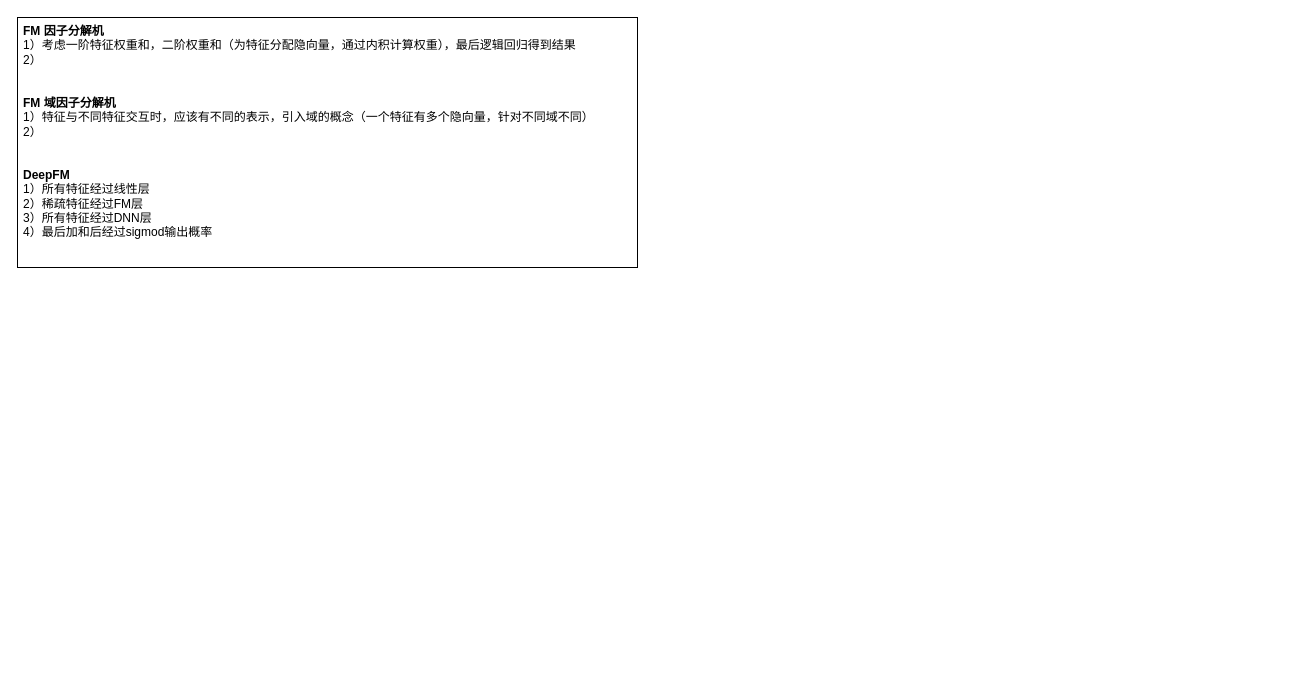
Before: RecModel.drawio in limpid-11/drawio, a draw.io diagram. Source tidied: cells renumbered, new cells numbered last; positions are measured from the earlier drawing's top-left corner, leaving out a move shared by most shapes. Both pictures are drawn from the tidied source at 100%, with x=0, y=0 at pixel (17, 17).
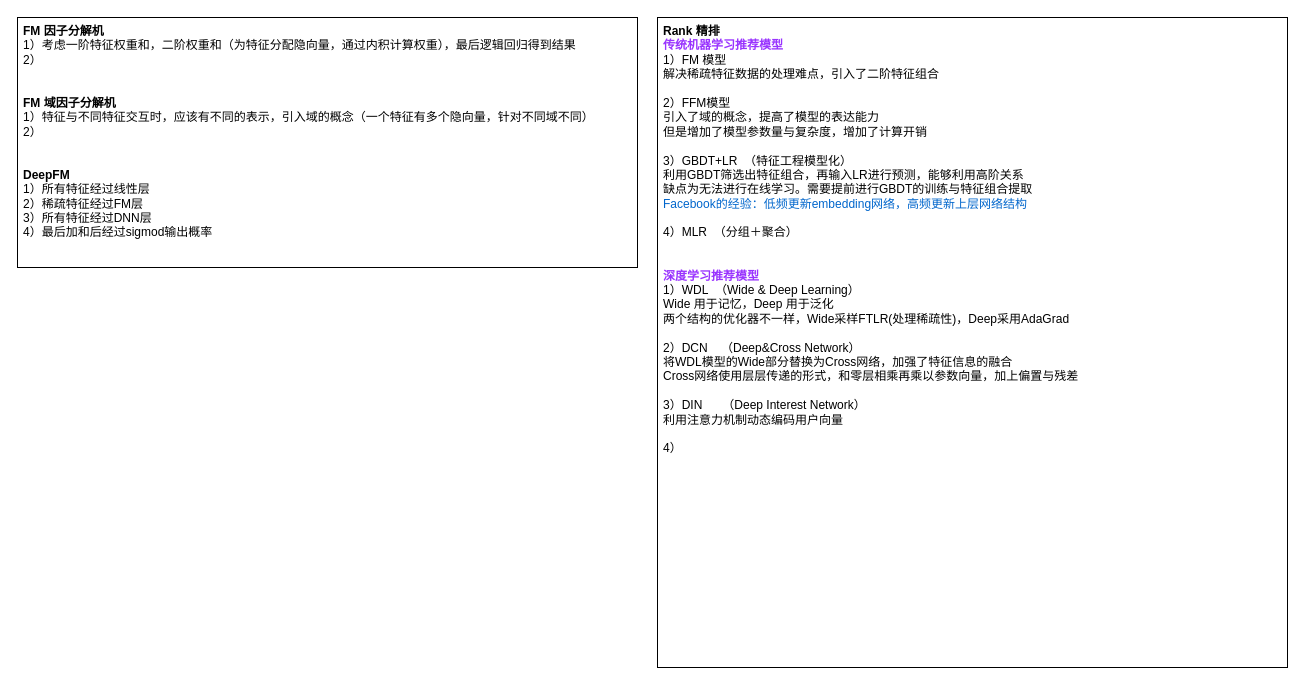
Above is the later version.

Diff of the diagram source:
```diff
@@
 <mxGraphModel>
   <root>
     <mxCell id="0" />
     <mxCell id="1" parent="0" />
     <mxCell id="2" value="&lt;b&gt;FM 因子分解机&lt;/b&gt;&lt;br&gt;&lt;div&gt;1）考虑一阶特征权重和，二阶权重和（为特征分配隐向量，通过内积计算权重），最后逻辑回归得到结果&lt;/div&gt;&lt;div&gt;2）&lt;/div&gt;&lt;div&gt;&lt;br&gt;&lt;/div&gt;&lt;div&gt;&lt;br&gt;&lt;/div&gt;&lt;div&gt;&lt;b&gt;FM 域因子分解机&lt;/b&gt;&lt;br&gt;&lt;/div&gt;&lt;div&gt;1）特征与不同特征交互时，应该有不同的表示，引入域的概念（一个特征有多个隐向量，针对不同域不同）&lt;b&gt;&lt;br&gt;&lt;/b&gt;&lt;/div&gt;&lt;div&gt;2）&lt;/div&gt;&lt;div&gt;&lt;br&gt;&lt;/div&gt;&lt;div&gt;&lt;br&gt;&lt;/div&gt;&lt;div&gt;&lt;b&gt;DeepFM&amp;nbsp;&lt;/b&gt;&lt;br&gt;&lt;/div&gt;&lt;div&gt;1）所有特征经过线性层&lt;b&gt;&lt;br&gt;&lt;/b&gt;&lt;/div&gt;&lt;div&gt;2）稀疏特征经过FM层&lt;/div&gt;&lt;div&gt;3）所有特征经过DNN层&lt;/div&gt;&lt;div&gt;4）最后加和后经过sigmod输出概率&lt;/div&gt;" style="rounded=0;whiteSpace=wrap;html=1;align=left;verticalAlign=top;spacingLeft=4;" parent="1" vertex="1">
       <mxGeometry width="620" height="250" as="geometry" />
     </mxCell>
+    <mxCell id="3" value="&lt;b&gt;Rank 精排&lt;/b&gt;&lt;div&gt;&lt;b&gt;&lt;font color=&quot;#9933ff&quot;&gt;传统机器学习推荐模型&lt;/font&gt;&lt;br&gt;&lt;/b&gt;&lt;div&gt;1）FM 模型&lt;/div&gt;&lt;div&gt;解决稀疏特征数据的处理难点，引入了二阶特征组合&lt;/div&gt;&lt;div&gt;&lt;br&gt;&lt;/div&gt;&lt;div&gt;2）FFM模型&lt;/div&gt;&lt;div&gt;引入了域的概念，提高了模型的表达能力&lt;/div&gt;&lt;div&gt;但是增加了模型参数量与复杂度，增加了计算开销&lt;/div&gt;&lt;div&gt;&lt;br&gt;&lt;/div&gt;&lt;div&gt;3）GBDT+LR&amp;nbsp; （特征工程模型化）&lt;/div&gt;&lt;div&gt;利用GBDT筛选出特征组合，再输入LR进行预测，能够利用高阶关系&lt;/div&gt;&lt;div&gt;缺点为无法进行在线学习。需要提前进行GBDT的训练与特征组合提取&lt;/div&gt;&lt;div&gt;&lt;font color=&quot;#0066cc&quot;&gt;Facebook的经验：低频更新embedding网络，高频更新上层网络结构&lt;/font&gt;&lt;/div&gt;&lt;div&gt;&lt;br&gt;&lt;/div&gt;&lt;div&gt;4）MLR&amp;nbsp; （分组＋聚合）&lt;/div&gt;&lt;div&gt;&lt;br&gt;&lt;/div&gt;&lt;div&gt;&lt;br&gt;&lt;/div&gt;&lt;div&gt;&lt;b&gt;&lt;font color=&quot;#9933ff&quot;&gt;深度学习推荐模型&lt;/font&gt;&lt;/b&gt;&lt;br&gt;&lt;/div&gt;&lt;div&gt;1）WDL&amp;nbsp; （Wide &amp;amp; Deep Learning）&lt;/div&gt;&lt;/div&gt;&lt;div&gt;Wide 用于记忆，Deep 用于泛化&lt;/div&gt;&lt;div&gt;两个结构的优化器不一样，Wide采样FTLR(处理稀疏性)，Deep采用AdaGrad&lt;/div&gt;&lt;div&gt;&lt;br&gt;&lt;/div&gt;&lt;div&gt;2）DCN&amp;nbsp; &amp;nbsp; （Deep&amp;amp;Cross Network）&lt;/div&gt;&lt;div&gt;将WDL模型的Wide部分替换为Cross网络，加强了特征信息的融合&lt;/div&gt;&lt;div&gt;Cross网络使用层层传递的形式，和零层相乘再乘以参数向量，加上偏置与残差&lt;/div&gt;&lt;div&gt;&lt;br&gt;&lt;/div&gt;&lt;div&gt;3）DIN&amp;nbsp; &amp;nbsp; &amp;nbsp; （Deep Interest Network）&lt;/div&gt;&lt;div&gt;利用注意力机制动态编码用户向量&lt;/div&gt;&lt;div&gt;&lt;br&gt;&lt;/div&gt;&lt;div&gt;4）&lt;/div&gt;" style="rounded=0;whiteSpace=wrap;html=1;align=left;verticalAlign=top;spacingLeft=4;" parent="1" vertex="1">
+      <mxGeometry x="640" width="630" height="650" as="geometry" />
+    </mxCell>
   </root>
 </mxGraphModel>
```
